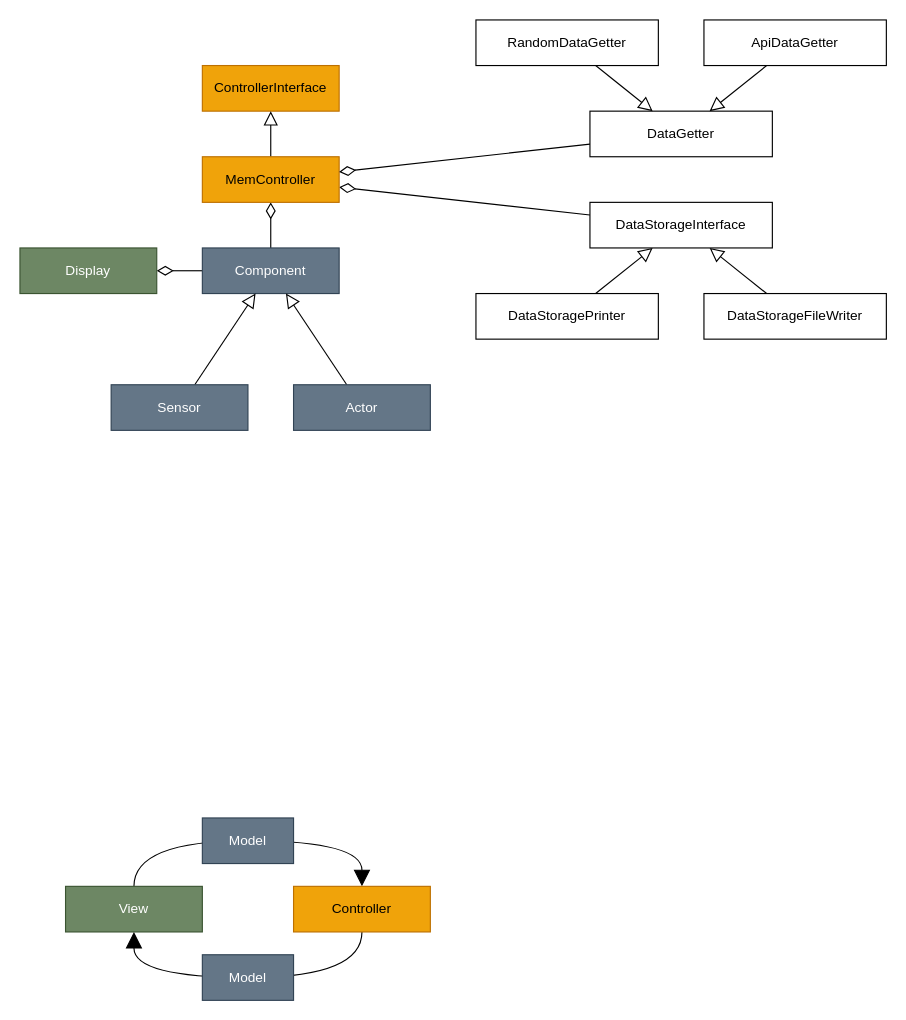
Earlier version of the draw.io diagram mkdocs/docs/images/__MVC+class_overview.drawio (PBahner/LF17-Sensoranwendung). Source tidied: cells renumbered, new cells numbered last; positions are measured from the earlier drawing's top-left corner, leaving out a move shared by most shapes. Both pictures are drawn from the tidied source at 114%, with x=0, y=0 at pixel (19, 19).
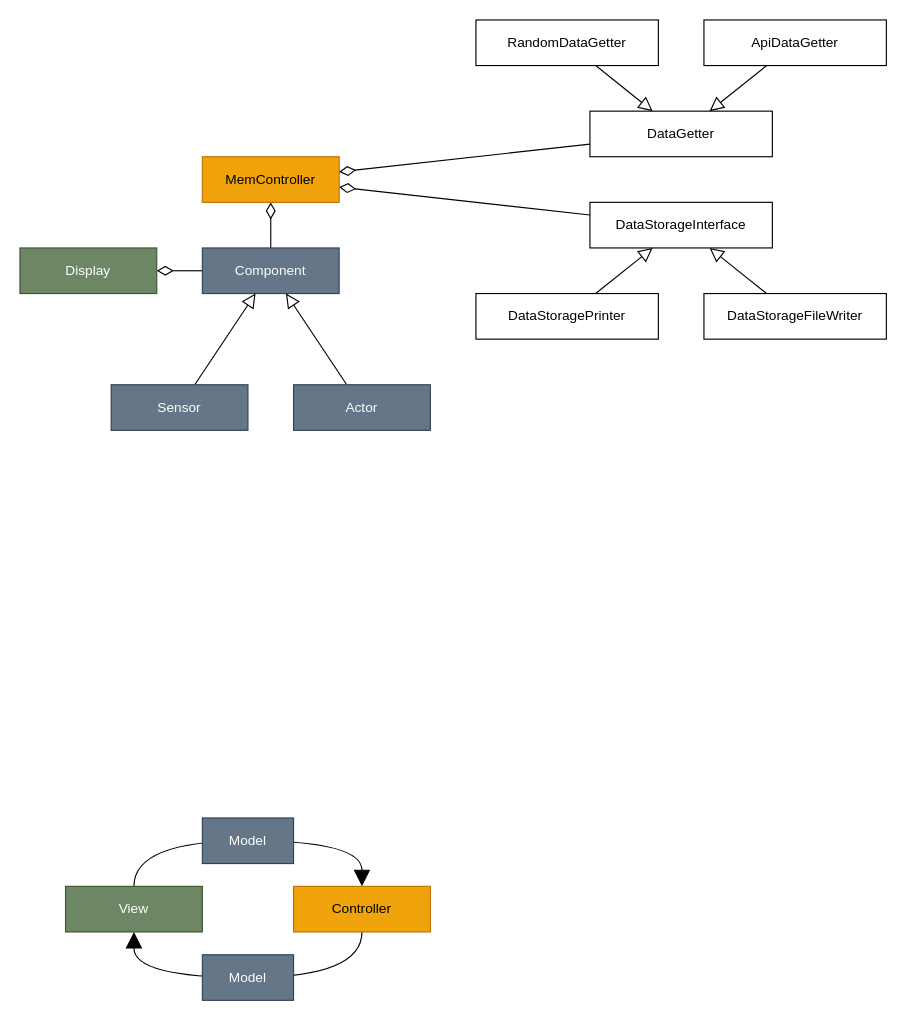
The same page after the edit.

Commit message (it also covers changes not shown here):
fix class overview again

Unchanged cells that the change refers to:
```xml
<mxCell id="18" value="MemController" style="rounded=0;whiteSpace=wrap;html=1;fillColor=#f0a30a;fontColor=#000000;strokeColor=#BD7000;" parent="1" vertex="1">
  <mxGeometry x="160" y="120" width="120" height="40" as="geometry" />
</mxCell>
```

The edit, as a diff of the source:
```diff
@@
-    <mxCell id="15" value="ControllerInterface" style="rounded=0;whiteSpace=wrap;html=1;fillColor=#f0a30a;fontColor=#000000;strokeColor=#BD7000;" parent="1" vertex="1">
-      <mxGeometry x="160" y="40" width="120" height="40" as="geometry" />
-    </mxCell>
@@
-    <mxCell id="17" style="edgeStyle=none;rounded=0;jettySize=auto;html=1;endArrow=block;endFill=0;endSize=10;" parent="1" edge="1" source="18" target="15">
-      <mxGeometry relative="1" as="geometry" />
-    </mxCell>
```
